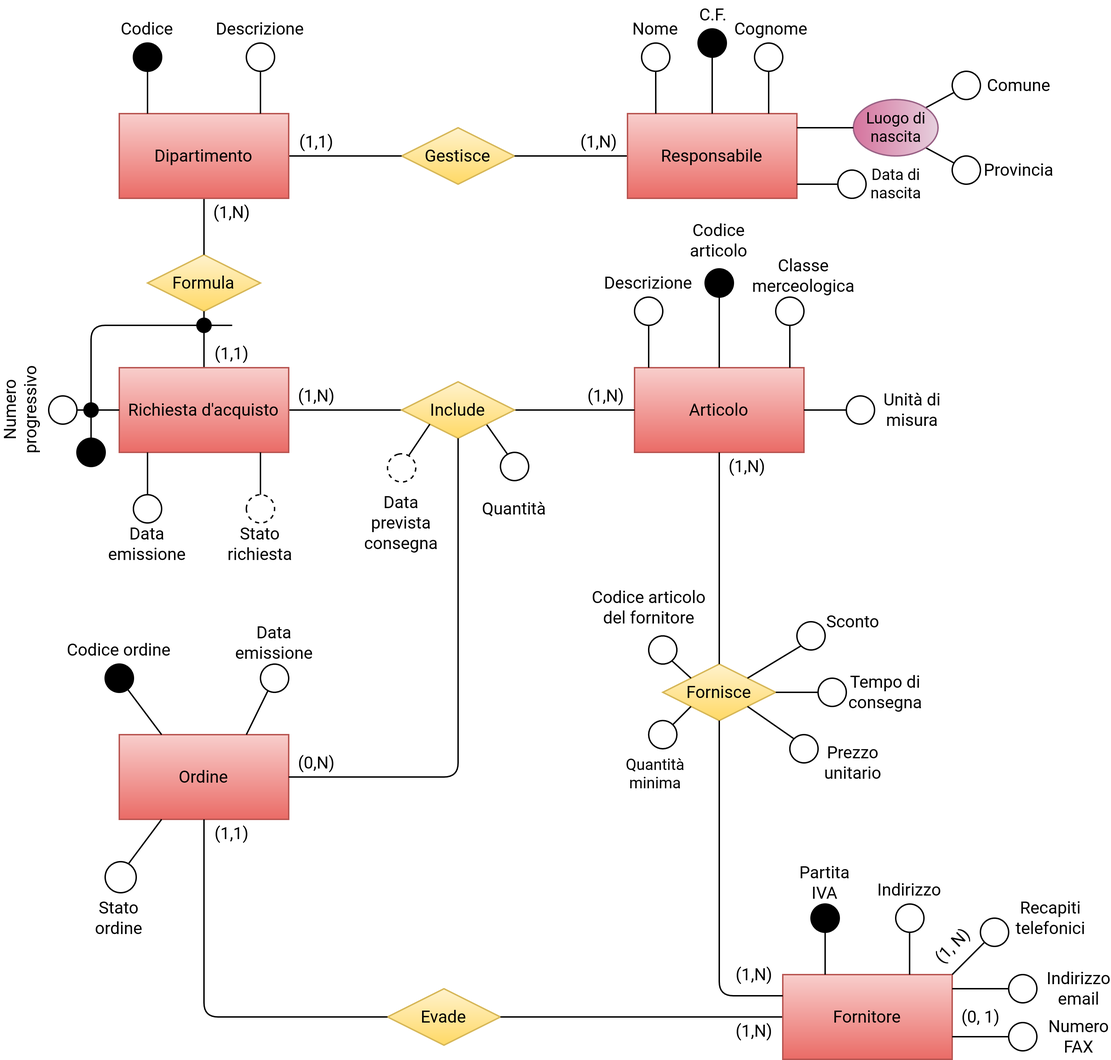
Before: ER.png, a diagram exported from draw.io (FraBomba6/Progetto_BdD). Source tidied: cells renumbered, new cells last; positions are measured from the earlier drawing's top-left corner, leaving out a move shared by most shapes.
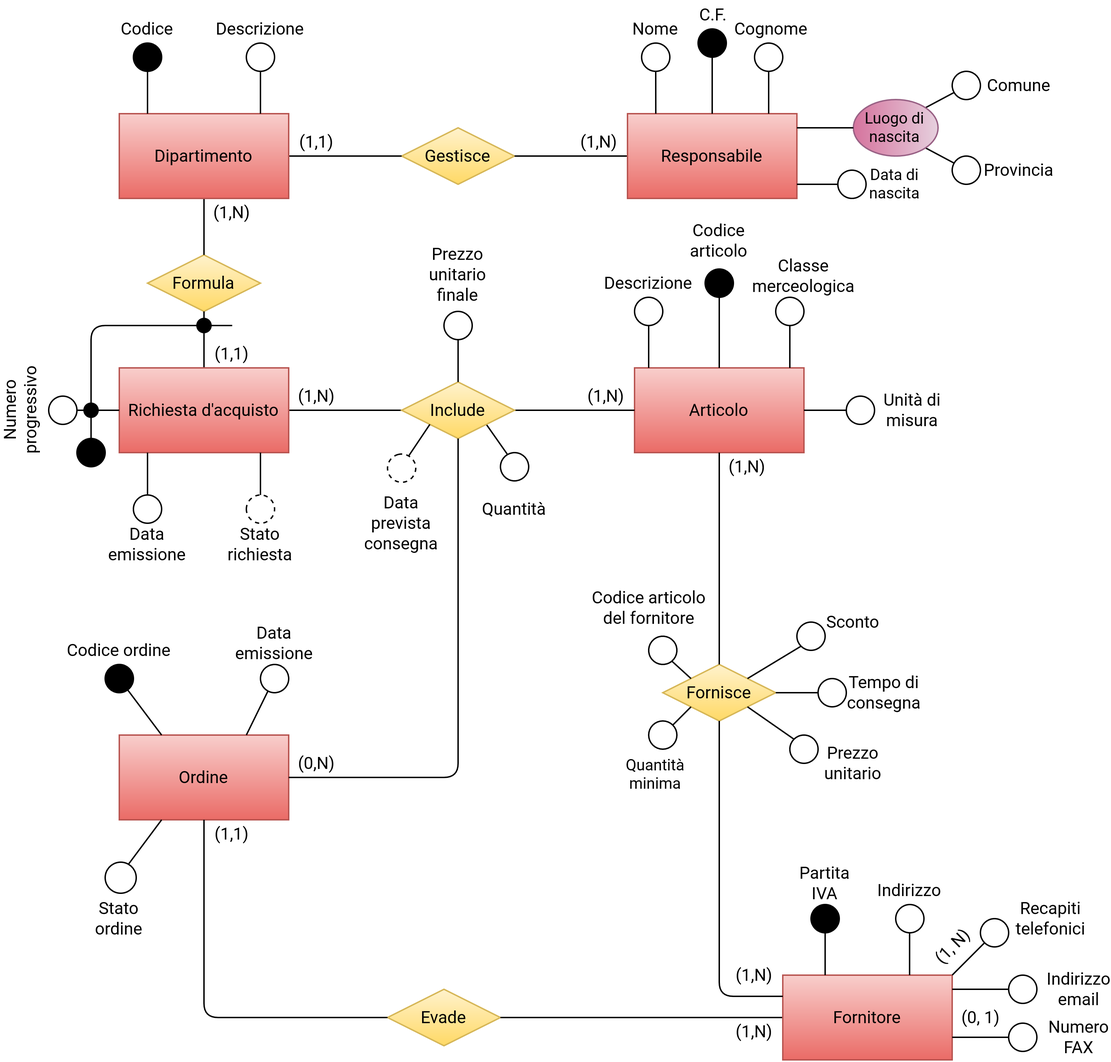
The same diagram one commit later.

What changed in the source:
```diff
@@ -496,5 +496,16 @@
     <mxCell id="149" style="endArrow=none;html=1;exitX=0.5;exitY=0;exitDx=0;exitDy=0;fontFamily=Roboto;fontSource=https%3A%2F%2Ffonts.googleapis.com%2Fcss%3Ffamily%3DRoboto;" parent="1" edge="1" source="64" target="148">
       <mxGeometry relative="1" as="geometry" />
     </mxCell>
+    <mxCell id="150" value="&lt;div&gt;Prezzo unitario finale&lt;br&gt;&lt;/div&gt;" style="text;html=1;strokeColor=none;fillColor=none;align=center;verticalAlign=middle;whiteSpace=wrap;rounded=0;fontFamily=Roboto;fontSource=https%3A%2F%2Ffonts.googleapis.com%2Fcss%3Ffamily%3DRoboto;" parent="1" vertex="1">
+      <mxGeometry x="310" y="183.5" width="40" height="20" as="geometry" />
+    </mxCell>
+    <mxCell id="151" style="ellipse;whiteSpace=wrap;html=1;fontFamily=Roboto;fontSource=https%3A%2F%2Ffonts.googleapis.com%2Fcss%3Ffamily%3DRoboto;" parent="1" vertex="1">
+      <mxGeometry x="320" y="220" width="20" height="20" as="geometry" />
+    </mxCell>
+    <mxCell id="152" style="endArrow=none;html=1;entryX=0.5;entryY=1;entryDx=0;entryDy=0;fontFamily=Roboto;fontSource=https%3A%2F%2Ffonts.googleapis.com%2Fcss%3Ffamily%3DRoboto;" parent="1" edge="1" target="151">
+      <mxGeometry x="310" y="220" as="geometry">
+        <mxPoint x="330" y="270" as="sourcePoint" />
+      </mxGeometry>
+    </mxCell>
   </root>
 </mxGraphModel>
```
